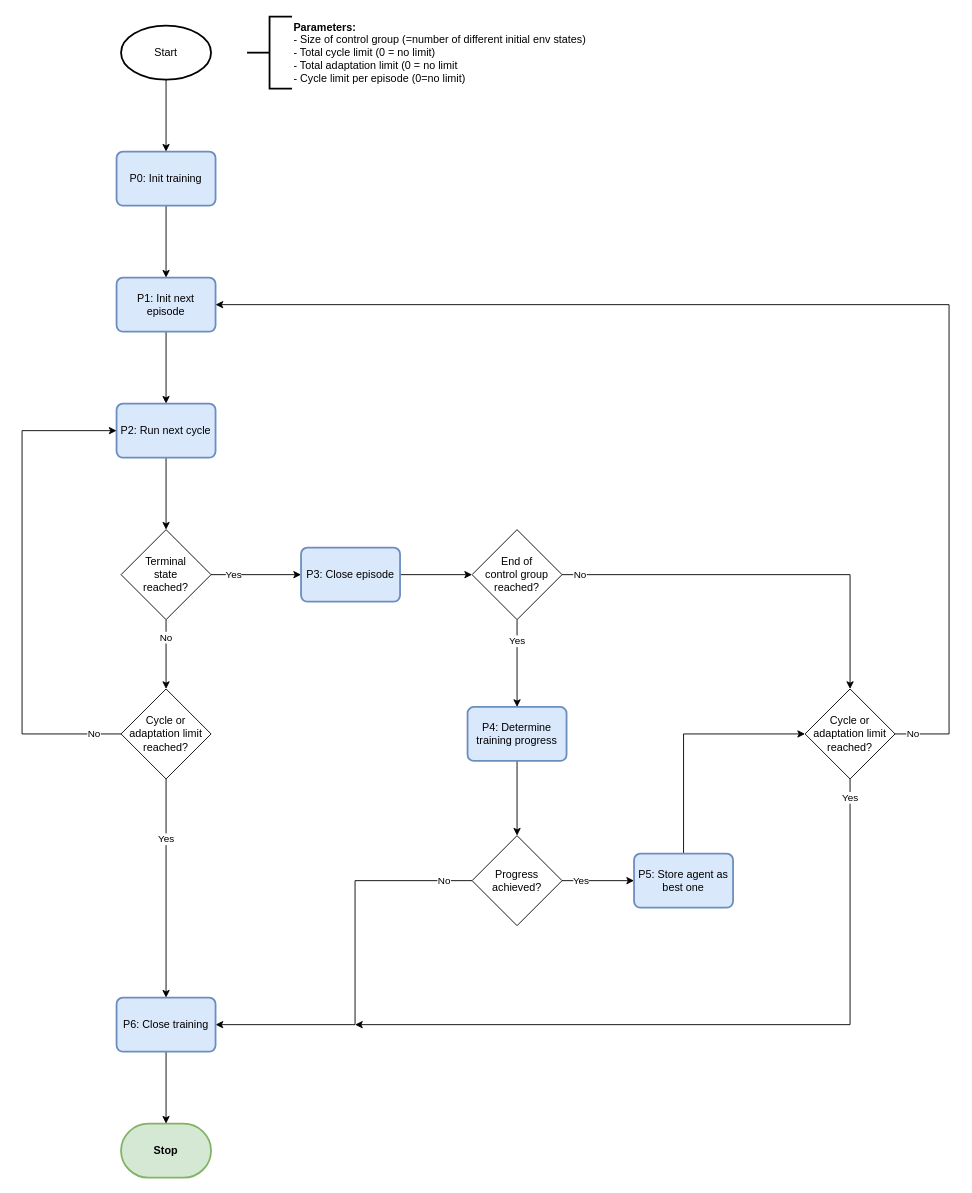
Earlier version of the draw.io diagram doc/rl/04 run and train/MLPro-RL-Train flowchart training.drawio (fhswf/MLPro). Source tidied: cells renumbered, new cells numbered last; positions are measured from the earlier drawing's top-left corner, leaving out a move shared by most shapes. Both pictures are drawn from the tidied source at 90%, with x=0, y=0 at pixel (22, 16).
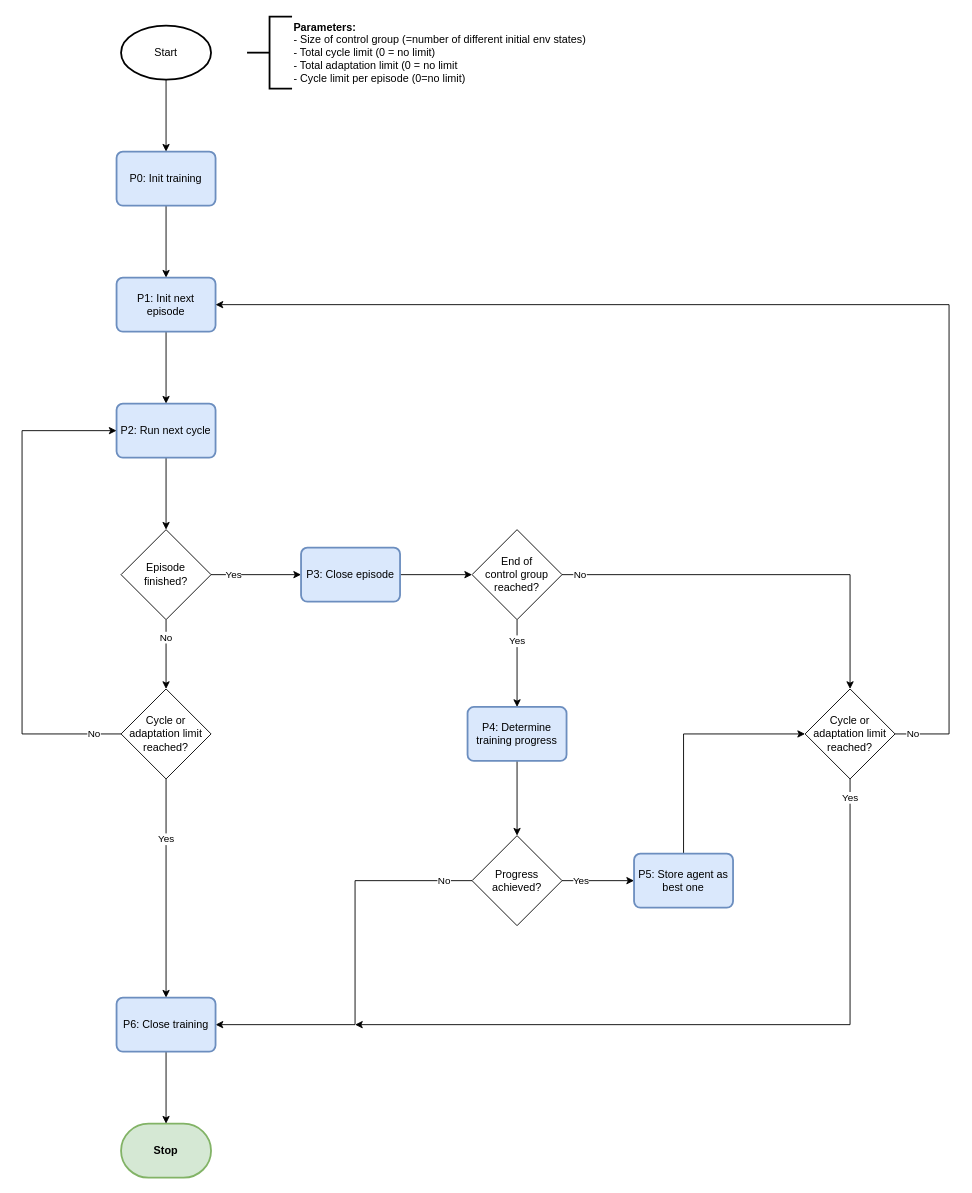
The same page after the edit.

The edit, as a diff of the source:
```diff
@@
-    <mxCell id="18" value="Terminal&lt;br&gt;state &lt;br&gt;reached?" style="rhombus;whiteSpace=wrap;html=1;" parent="1" vertex="1">
+    <mxCell id="18" value="Episode&lt;br&gt;finished?" style="rhombus;whiteSpace=wrap;html=1;" parent="1" vertex="1">
       <mxGeometry x="110" y="570" width="100" height="100" as="geometry" />
     </mxCell>
```
